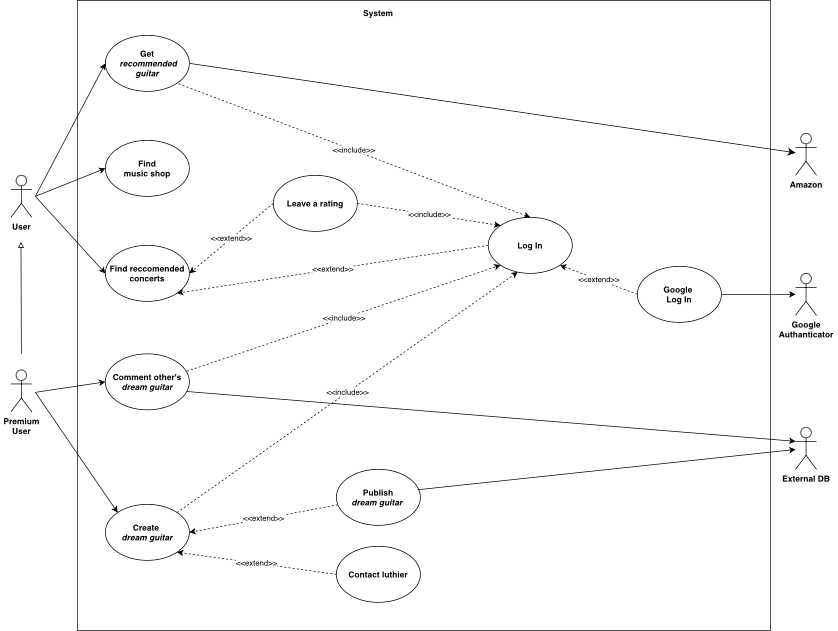
The draw.io diagram Progetto.drawio .png in TizianoLilli/ISPW-Project, before a commit. Source tidied: cells renumbered, new cells last; positions are measured from the earlier drawing's top-left corner, leaving out a move shared by most shapes.
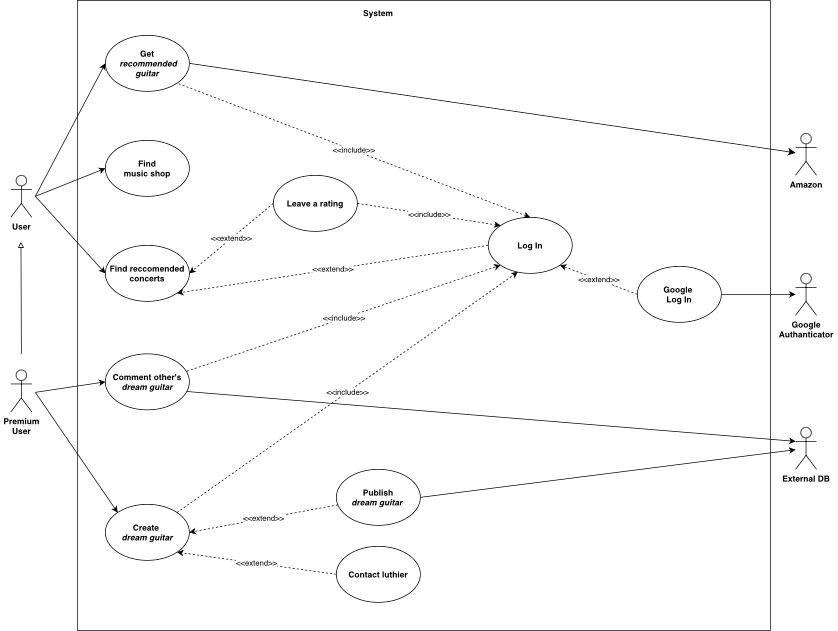
After the commit.

Change to the diagram source:
```diff
@@ -93,7 +93,7 @@
         <mxPoint x="35" y="280" as="sourcePoint" />
       </mxGeometry>
     </mxCell>
-    <mxCell id="29" style="endArrow=classic;html=1;rounded=0;exitX=0.965;exitY=0.365;exitDx=0;exitDy=0;exitPerimeter=0;" parent="1" edge="1" source="25" target="24">
+    <mxCell id="29" style="endArrow=classic;html=1;rounded=0;exitX=1;exitY=0.5;exitDx=0;exitDy=0;" parent="1" edge="1" source="25" target="24">
       <mxGeometry relative="1" as="geometry" />
     </mxCell>
     <mxCell id="30" style="endArrow=classic;html=1;rounded=0;exitX=0.969;exitY=0.672;exitDx=0;exitDy=0;exitPerimeter=0;entryX=0;entryY=0.3333333333333333;entryDx=0;entryDy=0;entryPerimeter=0;" parent="1" edge="1" source="21" target="24">
```
